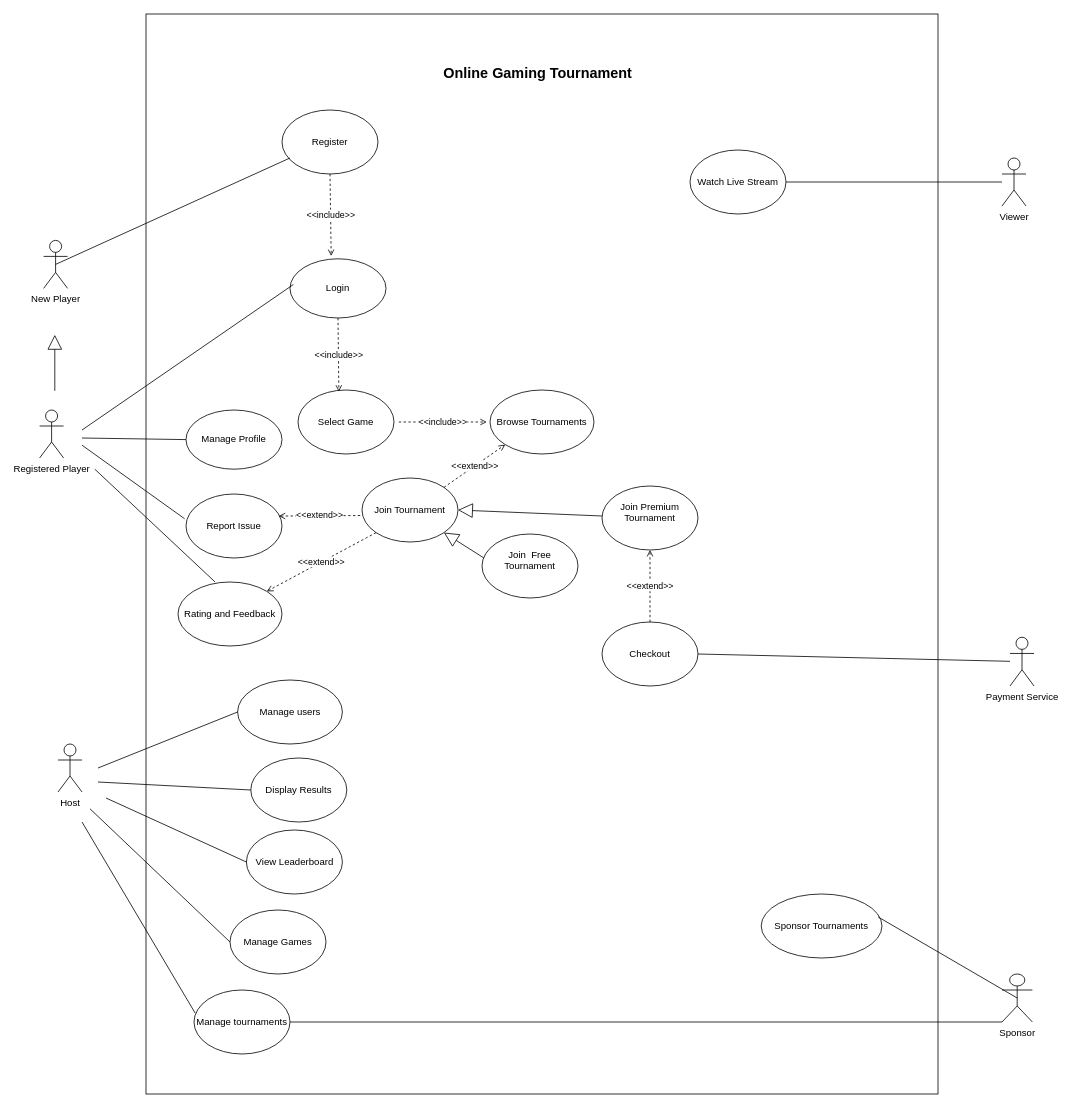
This is GD_CW1.drawio from Tanvi-Ambre/Python, a draw.io file, before an edit. Source tidied: cells renumbered, new cells numbered last; positions are measured from the earlier drawing's top-left corner, leaving out a move shared by most shapes. Both pictures are drawn from the tidied source at 80%, with x=0, y=0 at pixel (39, 14).
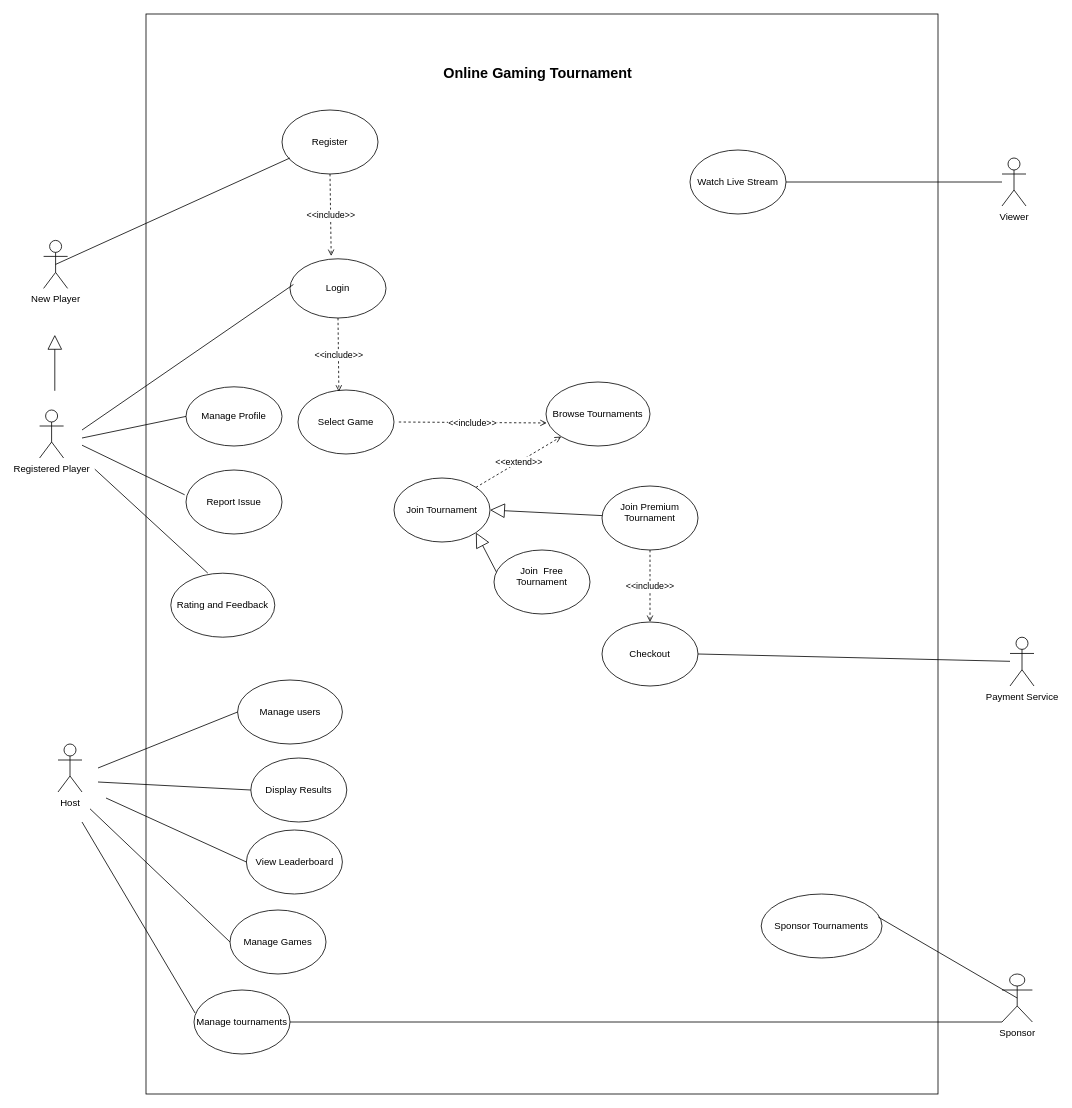
The same page after the edit.

Unchanged cells that the change refers to:
```xml
<mxCell id="24" value="Checkout" style="ellipse;whiteSpace=wrap;html=1;strokeWidth=1;" parent="1" vertex="1">
  <mxGeometry x="703" y="760" width="120" height="80" as="geometry" />
</mxCell>
<mxCell id="37" value="Join Premium Tournament&lt;div&gt;&lt;br&gt;&lt;/div&gt;" style="ellipse;whiteSpace=wrap;html=1;strokeWidth=1;" parent="1" vertex="1">
  <mxGeometry x="703" y="590" width="120" height="80" as="geometry" />
</mxCell>
```

Change to the diagram source:
```diff
@@
     <mxCell id="6" value="Browse Tournaments" style="ellipse;whiteSpace=wrap;html=1;strokeWidth=1;" parent="1" vertex="1">
-      <mxGeometry x="563" y="470" width="130" height="80" as="geometry" />
+      <mxGeometry x="633" y="460" width="130" height="80" as="geometry" />
     </mxCell>
@@
     <mxCell id="19" value="Join Tournament" style="ellipse;whiteSpace=wrap;html=1;strokeWidth=1;" parent="1" vertex="1">
-      <mxGeometry x="403" y="580" width="120" height="80" as="geometry" />
+      <mxGeometry x="443" y="580" width="120" height="80" as="geometry" />
     </mxCell>
@@
     <mxCell id="31" value="Report Issue" style="ellipse;whiteSpace=wrap;html=1;strokeWidth=1;" parent="1" vertex="1">
-      <mxGeometry x="183" y="600" width="120" height="80" as="geometry" />
+      <mxGeometry x="183" y="570" width="120" height="80" as="geometry" />
     </mxCell>
     <mxCell id="32" value="Manage Profile" style="ellipse;whiteSpace=wrap;html=1;strokeWidth=1;" parent="1" vertex="1">
-      <mxGeometry x="183" y="495" width="120" height="74" as="geometry" />
+      <mxGeometry x="183" y="466" width="120" height="74" as="geometry" />
     </mxCell>
@@
     <mxCell id="40" value="Rating and Feedback" style="ellipse;whiteSpace=wrap;html=1;strokeWidth=1;" parent="1" vertex="1">
-      <mxGeometry x="173" y="710" width="130" height="80" as="geometry" />
+      <mxGeometry x="164" y="699" width="130" height="80" as="geometry" />
     </mxCell>
-    <mxCell id="41" value="&amp;lt;&amp;lt;include&amp;gt;&amp;gt;" style="endArrow=open;dashed=1;html=1;endFill=0;rounded=0;" parent="1" edge="1">
+    <mxCell id="41" value="&amp;lt;&amp;lt;include&amp;gt;&amp;gt;" style="endArrow=open;dashed=1;html=1;endFill=0;rounded=0;entryX=0.007;entryY=0.64;entryDx=0;entryDy=0;entryPerimeter=0;" parent="1" edge="1" target="6">
       <mxGeometry relative="1" as="geometry">
         <mxPoint x="449" y="510" as="sourcePoint" />
-        <mxPoint x="559" y="510" as="targetPoint" />
       </mxGeometry>
     </mxCell>
@@
     <mxCell id="43" value="Join&amp;nbsp; Free Tournament&lt;div&gt;&lt;br/&gt;&lt;/div&gt;" style="ellipse;whiteSpace=wrap;html=1;strokeWidth=1;" parent="1" vertex="1">
-      <mxGeometry x="553" y="650" width="120" height="80" as="geometry" />
+      <mxGeometry x="568" y="670" width="120" height="80" as="geometry" />
     </mxCell>
-    <mxCell id="44" value="&lt;div&gt;&amp;lt;&amp;lt;extend&amp;gt;&amp;gt;&lt;/div&gt;" style="endArrow=open;dashed=1;html=1;endFill=0;rounded=0;entryX=0.5;entryY=1;entryDx=0;entryDy=0;" parent="1" edge="1" source="24" target="37">
-      <mxGeometry relative="1" as="geometry" />
-    </mxCell>
@@
-    <mxCell id="49" value="&lt;div&gt;&amp;lt;&amp;lt;extend&amp;gt;&amp;gt;&lt;/div&gt;" style="endArrow=open;dashed=1;html=1;endFill=0;rounded=0;exitX=-0.019;exitY=0.586;exitDx=0;exitDy=0;exitPerimeter=0;entryX=0.966;entryY=0.345;entryDx=0;entryDy=0;entryPerimeter=0;" parent="1" edge="1" source="19" target="31">
-      <mxGeometry relative="1" as="geometry" />
-    </mxCell>
@@
-    <mxCell id="51" value="&lt;div&gt;&amp;lt;&amp;lt;extend&amp;gt;&amp;gt;&lt;/div&gt;" style="endArrow=open;dashed=1;html=1;endFill=0;rounded=0;entryX=1;entryY=0;entryDx=0;entryDy=0;exitX=0;exitY=1;exitDx=0;exitDy=0;" parent="1" edge="1" source="19" target="40">
-      <mxGeometry relative="1" as="geometry" />
-    </mxCell>
+    <mxCell id="52" value="&amp;lt;&amp;lt;include&amp;gt;&amp;gt;" style="endArrow=open;dashed=1;html=1;endFill=0;rounded=0;exitX=0.5;exitY=1;exitDx=0;exitDy=0;entryX=0.5;entryY=0;entryDx=0;entryDy=0;" parent="1" edge="1" source="37" target="24">
+      <mxGeometry relative="1" as="geometry" />
+    </mxCell>
```
